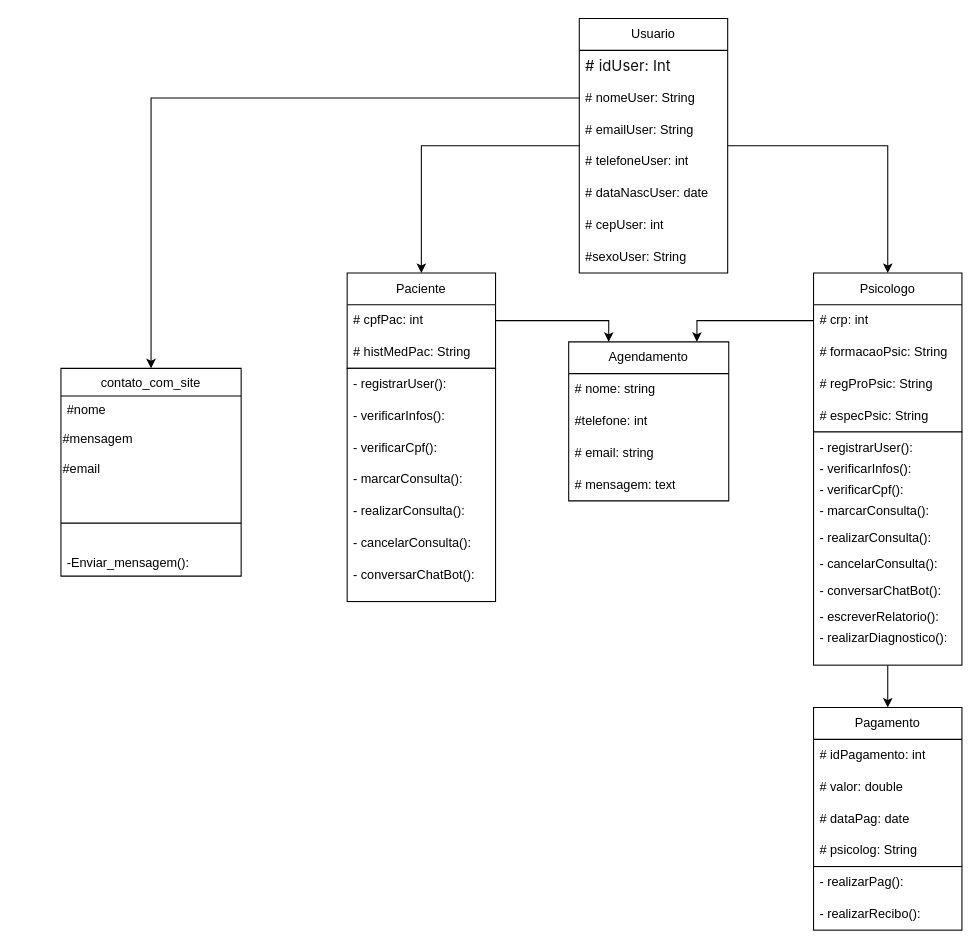
Before: DiagramaDeClasse.drawio in Patadaoikkk/uml, a draw.io diagram. Source tidied: cells renumbered, new cells numbered last; positions are measured from the earlier drawing's top-left corner, leaving out a move shared by most shapes. Both pictures are drawn from the tidied source at 106%, with x=0, y=0 at pixel (60, 18).
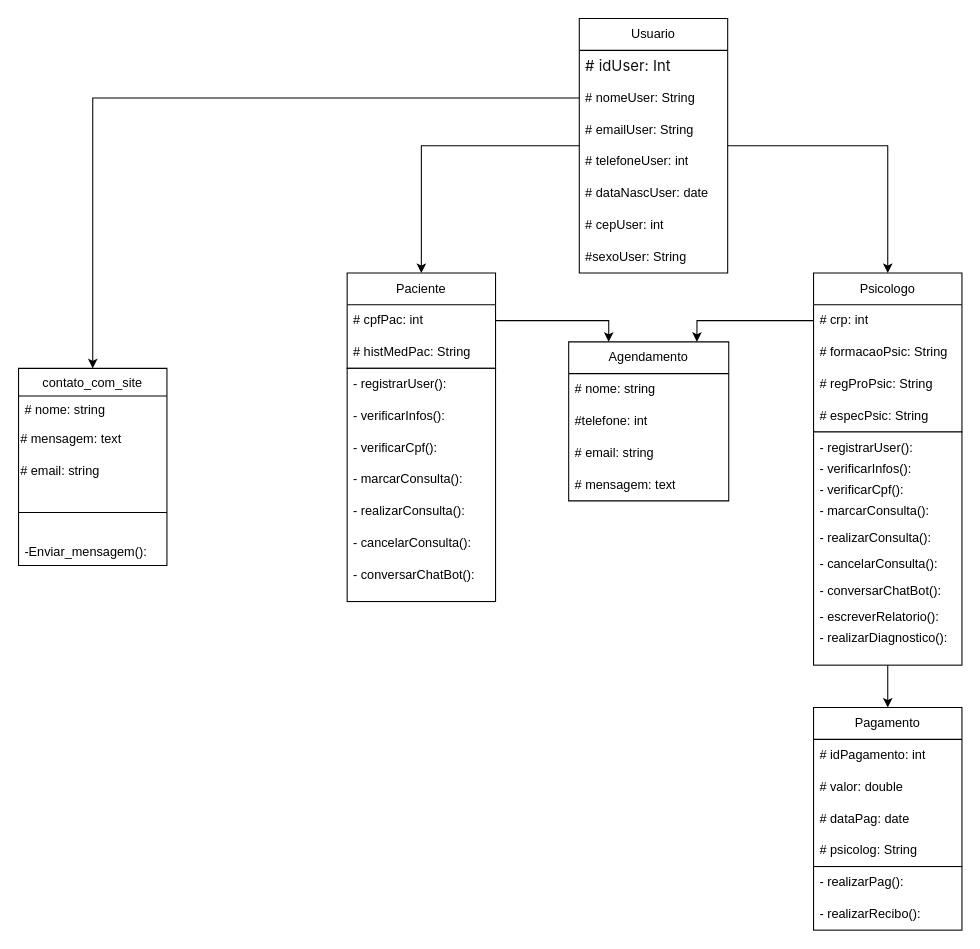
After the change.

The edit, as a diff of the source:
```diff
@@
     <mxCell id="54" value="&lt;span style=&quot;font-weight: 400;&quot;&gt;contato_com_site&lt;/span&gt;" style="swimlane;fontStyle=1;align=center;verticalAlign=top;horizontal=1;startSize=26;whiteSpace=wrap;html=1;" parent="1" vertex="1">
-      <mxGeometry y="330" width="170" height="196" as="geometry" />
+      <mxGeometry x="-40" y="330" width="140" height="186" as="geometry" />
     </mxCell>
-    <mxCell id="55" value="#nome" style="text;strokeColor=none;fillColor=none;align=left;verticalAlign=top;spacingLeft=4;spacingRight=4;overflow=hidden;whiteSpace=wrap;html=1;" parent="54" vertex="1">
-      <mxGeometry y="26" width="170" height="26" as="geometry" />
+    <mxCell id="55" value="# nome: string" style="text;strokeColor=none;fillColor=none;align=left;verticalAlign=top;spacingLeft=4;spacingRight=4;overflow=hidden;whiteSpace=wrap;html=1;" parent="54" vertex="1">
+      <mxGeometry y="26" width="140" height="26" as="geometry" />
     </mxCell>
-    <mxCell id="56" value="&lt;div&gt;&lt;span style=&quot;text-wrap: wrap; background-color: initial;&quot;&gt;#mensagem&lt;/span&gt;&lt;br&gt;&lt;/div&gt;" style="text;html=1;align=left;verticalAlign=middle;strokeColor=none;fillColor=none;" parent="54" vertex="1">
-      <mxGeometry y="52" width="170" height="30" as="geometry" />
-    </mxCell>
-    <mxCell id="57" value="&lt;div style=&quot;text-wrap: wrap;&quot;&gt;#email&lt;br&gt;&lt;/div&gt;&lt;div&gt;&lt;br&gt;&lt;/div&gt;" style="text;html=1;align=left;verticalAlign=middle;strokeColor=none;fillColor=none;" parent="54" vertex="1">
-      <mxGeometry y="82" width="170" height="40" as="geometry" />
-    </mxCell>
+    <mxCell id="61" value="# mensagem: text" style="text;html=1;align=left;verticalAlign=middle;whiteSpace=wrap;rounded=0;" parent="54" vertex="1">
+      <mxGeometry y="52" width="140" height="30" as="geometry" />
+    </mxCell>
+    <mxCell id="62" value="# email: string" style="text;html=1;align=left;verticalAlign=middle;whiteSpace=wrap;rounded=0;" parent="54" vertex="1">
+      <mxGeometry y="82" width="140" height="30" as="geometry" />
+    </mxCell>
     <mxCell id="58" style="line;strokeWidth=1;fillColor=none;align=left;verticalAlign=middle;spacingTop=-1;spacingLeft=3;spacingRight=3;labelPosition=right;strokeColor=inherit;" parent="54" vertex="1">
-      <mxGeometry y="122" width="170" height="48" as="geometry" />
+      <mxGeometry y="112" width="140" height="48" as="geometry" />
     </mxCell>
     <mxCell id="59" value="-Enviar_mensagem():" style="text;strokeColor=none;fillColor=none;align=left;verticalAlign=top;spacingLeft=4;spacingRight=4;overflow=hidden;whiteSpace=wrap;html=1;" parent="54" vertex="1">
-      <mxGeometry y="170" width="170" height="26" as="geometry" />
+      <mxGeometry y="160" width="140" height="26" as="geometry" />
     </mxCell>
```
